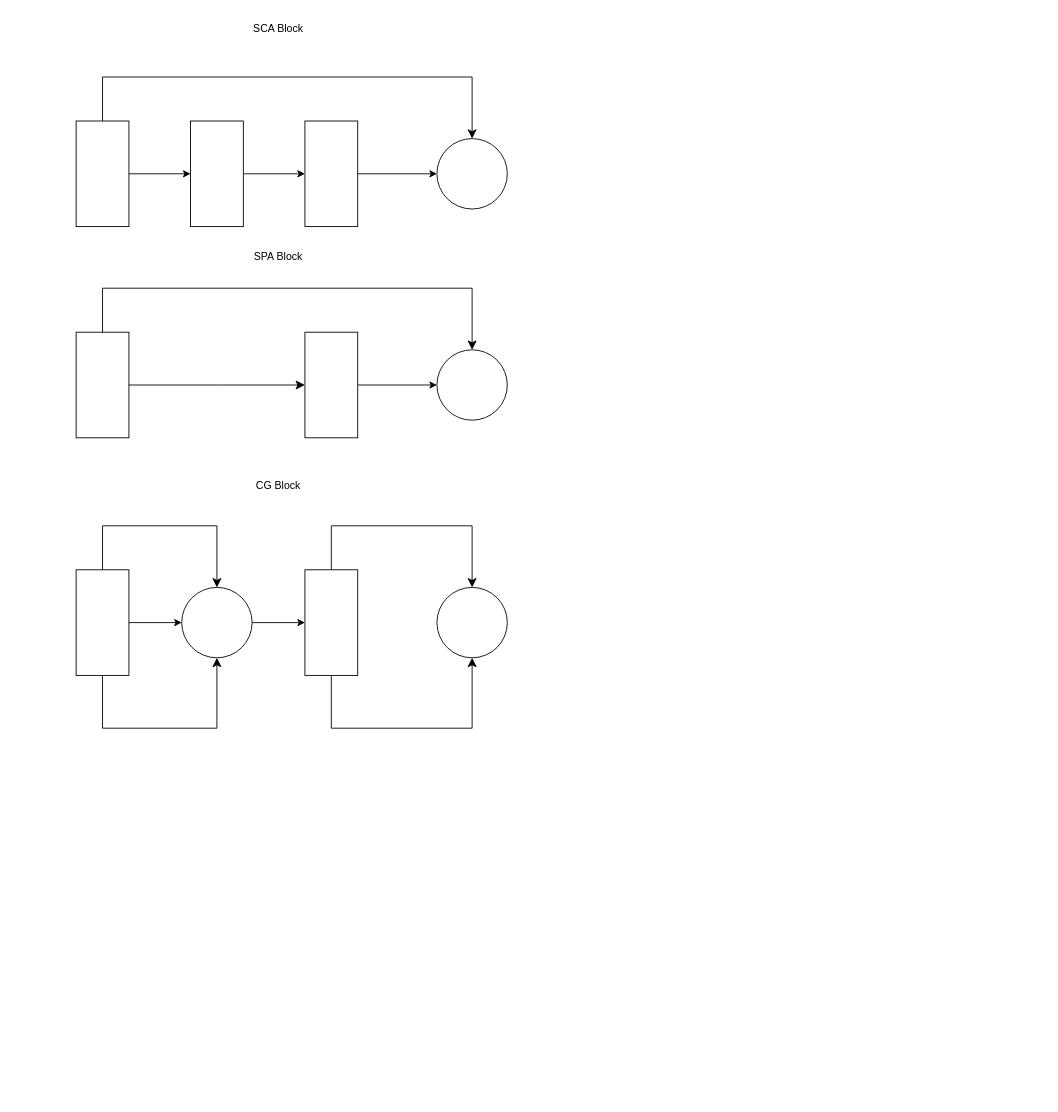
The draw.io diagram 未命名绘图.drawio in Ulysiss/UHDM, before the edit. Source tidied: cells renumbered, new cells numbered last; positions are measured from the earlier drawing's top-left corner, leaving out a move shared by most shapes. Both pictures are drawn from the tidied source at 88%, with x=0, y=0 at pixel (49, 15).
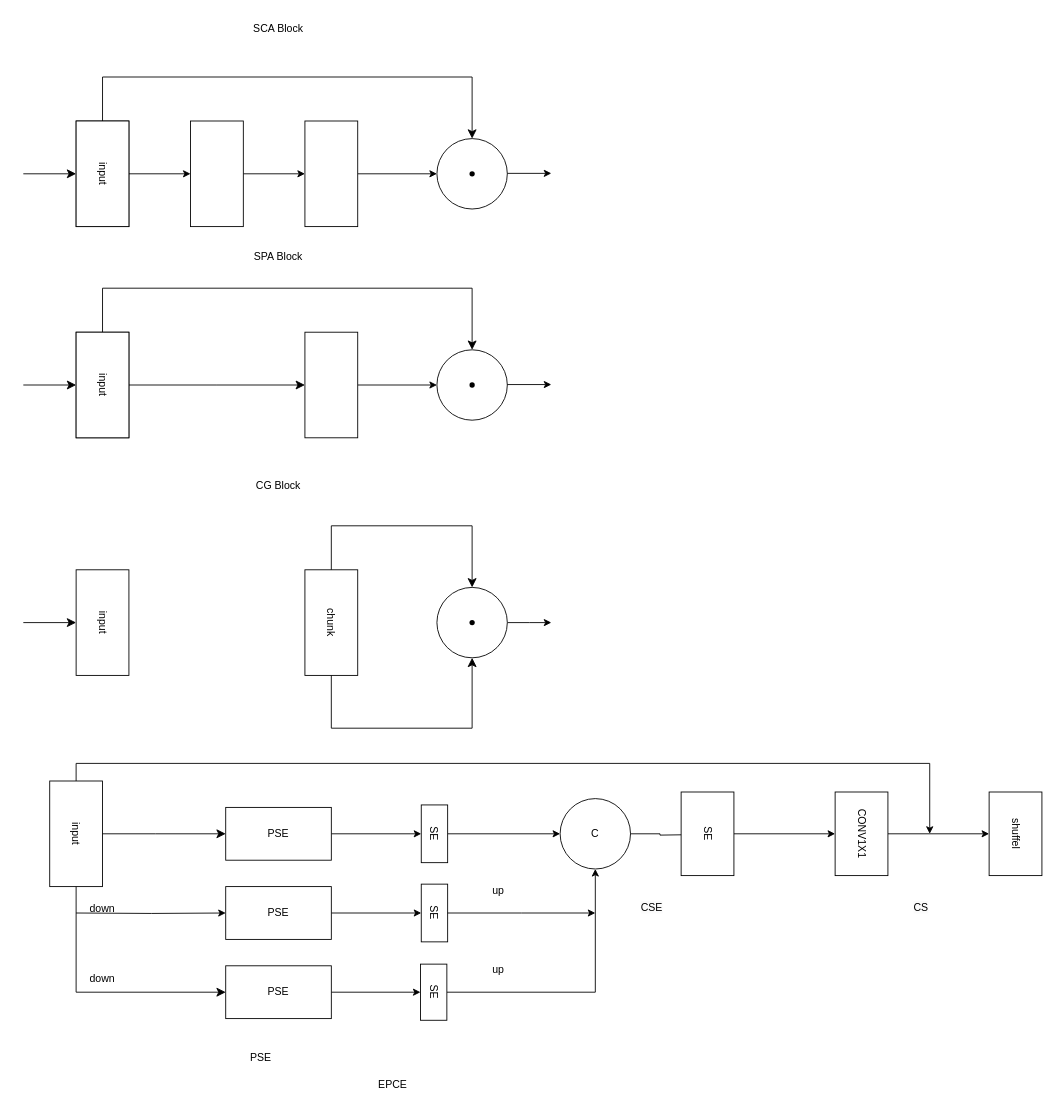
The same diagram, later.

Commit message:
更新未命名绘图.drawio

The change refers to these unchanged cells:
```xml
<mxCell id="19" style="ellipse;whiteSpace=wrap;html=1;" parent="1" vertex="1">
  <mxGeometry x="440" y="650" width="80" height="80" as="geometry" />
</mxCell>
```

Change to the diagram source:
```diff
@@
-    <mxCell id="16" style="edgeStyle=orthogonalEdgeStyle;rounded=0;jettySize=auto;html=1;" parent="1" edge="1" source="17" target="18">
-      <mxGeometry relative="1" as="geometry" />
-    </mxCell>
-    <mxCell id="17" style="ellipse;whiteSpace=wrap;html=1;" parent="1" vertex="1">
-      <mxGeometry x="150" y="650" width="80" height="80" as="geometry" />
+    <mxCell id="17" value="C" style="ellipse;whiteSpace=wrap;html=1;" parent="1" vertex="1">
+      <mxGeometry x="580" y="890" width="80" height="80" as="geometry" />
     </mxCell>
-    <mxCell id="18" style="rounded=0;whiteSpace=wrap;html=1;rotation=90;" parent="1" vertex="1">
+    <mxCell id="18" value="chunk" style="rounded=0;whiteSpace=wrap;html=1;rotation=90;" parent="1" vertex="1">
       <mxGeometry x="260" y="660" width="120" height="60" as="geometry" />
     </mxCell>
+    <mxCell id="29" style="edgeStyle=orthogonalEdgeStyle;rounded=0;jettySize=auto;html=1;" parent="1" edge="1" source="19">
+      <mxGeometry relative="1" as="geometry">
+        <mxPoint x="570" y="690" as="targetPoint" />
+      </mxGeometry>
+    </mxCell>
@@
-    <mxCell id="22" style="edgeStyle=orthogonalEdgeStyle;rounded=0;jettySize=auto;html=1;" parent="1" edge="1" source="23" target="17">
-      <mxGeometry relative="1" as="geometry" />
-    </mxCell>
-    <mxCell id="23" style="rounded=0;whiteSpace=wrap;html=1;rotation=90;" parent="1" vertex="1">
+    <mxCell id="23" value="input" style="rounded=0;whiteSpace=wrap;html=1;rotation=90;" parent="1" vertex="1">
       <mxGeometry y="660" width="120" height="60" as="geometry" />
     </mxCell>
-    <mxCell id="24" style="edgeStyle=elbowEdgeStyle;elbow=vertical;endArrow=classic;html=1;curved=0;rounded=0;endSize=8;startSize=8;exitX=1;exitY=0.5;exitDx=0;exitDy=0;entryX=0.5;entryY=1;entryDx=0;entryDy=0;" parent="1" edge="1" source="23" target="17">
-      <mxGeometry relative="1" as="geometry">
-        <Array as="points">
-          <mxPoint x="120" y="810" />
-        </Array>
-      </mxGeometry>
-    </mxCell>
-    <mxCell id="25" style="edgeStyle=elbowEdgeStyle;elbow=vertical;endArrow=classic;html=1;curved=0;rounded=0;endSize=8;startSize=8;exitX=0;exitY=0.5;exitDx=0;exitDy=0;entryX=0.5;entryY=0;entryDx=0;entryDy=0;" parent="1" edge="1" source="23" target="17">
-      <mxGeometry relative="1" as="geometry">
-        <Array as="points">
-          <mxPoint x="120" y="580" />
-        </Array>
-      </mxGeometry>
-    </mxCell>
@@
+    <mxCell id="30" style="shape=waypoint;sketch=0;fillStyle=solid;size=6;fillColor=none;perimeter=centerPerimeter;" parent="1" vertex="1">
+      <mxGeometry x="470" y="680" width="20" height="20" as="geometry" />
+    </mxCell>
+    <mxCell id="31" style="shape=waypoint;sketch=0;fillStyle=solid;size=6;fillColor=none;perimeter=centerPerimeter;" parent="1" vertex="1">
+      <mxGeometry x="470" y="410" width="20" height="20" as="geometry" />
+    </mxCell>
+    <mxCell id="32" style="shape=waypoint;sketch=0;fillStyle=solid;size=6;fillColor=none;perimeter=centerPerimeter;" parent="1" vertex="1">
+      <mxGeometry x="470" y="170" width="20" height="20" as="geometry" />
+    </mxCell>
+    <mxCell id="33" style="edgeStyle=segmentEdgeStyle;endArrow=classic;html=1;curved=0;rounded=0;endSize=8;startSize=8;entryX=0.5;entryY=1;entryDx=0;entryDy=0;" parent="1" edge="1" target="23">
+      <mxGeometry relative="1" as="geometry">
+        <mxPoint x="-30" y="690" as="sourcePoint" />
+      </mxGeometry>
+    </mxCell>
+    <mxCell id="34" value="input" style="rounded=0;whiteSpace=wrap;html=1;rotation=90;" parent="1" vertex="1">
+      <mxGeometry y="390" width="120" height="60" as="geometry" />
+    </mxCell>
+    <mxCell id="35" style="edgeStyle=segmentEdgeStyle;endArrow=classic;html=1;curved=0;rounded=0;endSize=8;startSize=8;entryX=0.5;entryY=1;entryDx=0;entryDy=0;" parent="1" edge="1" target="34">
+      <mxGeometry relative="1" as="geometry">
+        <mxPoint x="-30" y="420" as="sourcePoint" />
+      </mxGeometry>
+    </mxCell>
+    <mxCell id="36" value="input" style="rounded=0;whiteSpace=wrap;html=1;rotation=90;" parent="1" vertex="1">
+      <mxGeometry y="150" width="120" height="60" as="geometry" />
+    </mxCell>
+    <mxCell id="37" style="edgeStyle=segmentEdgeStyle;endArrow=classic;html=1;curved=0;rounded=0;endSize=8;startSize=8;entryX=0.5;entryY=1;entryDx=0;entryDy=0;" parent="1" edge="1" target="36">
+      <mxGeometry relative="1" as="geometry">
+        <mxPoint x="-30" y="180" as="sourcePoint" />
+      </mxGeometry>
+    </mxCell>
+    <mxCell id="38" style="edgeStyle=orthogonalEdgeStyle;rounded=0;orthogonalLoop=1;jettySize=auto;html=1;" parent="1" edge="1">
+      <mxGeometry relative="1" as="geometry">
+        <mxPoint x="520" y="419.5" as="sourcePoint" />
+        <mxPoint x="570" y="419.5" as="targetPoint" />
+      </mxGeometry>
+    </mxCell>
+    <mxCell id="39" style="edgeStyle=orthogonalEdgeStyle;rounded=0;orthogonalLoop=1;jettySize=auto;html=1;" parent="1" edge="1">
+      <mxGeometry relative="1" as="geometry">
+        <mxPoint x="520" y="179.5" as="sourcePoint" />
+        <mxPoint x="570" y="179.5" as="targetPoint" />
+      </mxGeometry>
+    </mxCell>
+    <mxCell id="40" style="edgeStyle=orthogonalEdgeStyle;rounded=0;jettySize=auto;html=1;" parent="1" edge="1" source="41" target="56">
+      <mxGeometry relative="1" as="geometry" />
+    </mxCell>
+    <mxCell id="41" value="PSE" style="rounded=0;whiteSpace=wrap;html=1;" parent="1" vertex="1">
+      <mxGeometry x="200" y="900" width="120" height="60" as="geometry" />
+    </mxCell>
+    <mxCell id="42" style="edgeStyle=orthogonalEdgeStyle;rounded=0;jettySize=auto;html=1;" parent="1" edge="1" source="43" target="52">
+      <mxGeometry relative="1" as="geometry" />
+    </mxCell>
+    <mxCell id="43" value="PSE" style="rounded=0;whiteSpace=wrap;html=1;" parent="1" vertex="1">
+      <mxGeometry x="200" y="1080" width="120" height="60" as="geometry" />
+    </mxCell>
+    <mxCell id="44" value="input" style="rounded=0;whiteSpace=wrap;html=1;rotation=90;" parent="1" vertex="1">
+      <mxGeometry x="-30" y="900" width="120" height="60" as="geometry" />
+    </mxCell>
+    <mxCell id="45" style="edgeStyle=elbowEdgeStyle;elbow=vertical;endArrow=classic;html=1;curved=0;rounded=0;endSize=8;startSize=8;exitX=1;exitY=0.5;exitDx=0;exitDy=0;entryX=0;entryY=0.5;entryDx=0;entryDy=0;" parent="1" edge="1" source="44" target="43">
+      <mxGeometry relative="1" as="geometry">
+        <Array as="points">
+          <mxPoint x="130" y="1110" />
+        </Array>
+      </mxGeometry>
+    </mxCell>
+    <mxCell id="46" style="edgeStyle=elbowEdgeStyle;elbow=vertical;endArrow=classic;html=1;curved=0;rounded=0;endSize=8;startSize=8;exitX=0.5;exitY=0;exitDx=0;exitDy=0;entryX=0;entryY=0.5;entryDx=0;entryDy=0;" parent="1" edge="1" source="44" target="41">
+      <mxGeometry relative="1" as="geometry">
+        <Array as="points">
+          <mxPoint x="120" y="930" />
+        </Array>
+      </mxGeometry>
+    </mxCell>
+    <mxCell id="47" style="edgeStyle=orthogonalEdgeStyle;rounded=0;jettySize=auto;html=1;exitX=1;exitY=0.5;exitDx=0;exitDy=0;" parent="1" edge="1" source="17">
+      <mxGeometry relative="1" as="geometry">
+        <mxPoint x="727" y="931" as="targetPoint" />
+      </mxGeometry>
+    </mxCell>
+    <mxCell id="48" style="edgeStyle=orthogonalEdgeStyle;rounded=0;jettySize=auto;html=1;exitX=0.5;exitY=0;exitDx=0;exitDy=0;entryX=0.5;entryY=1;entryDx=0;entryDy=0;" parent="1" edge="1" source="52" target="17">
+      <mxGeometry relative="1" as="geometry" />
+    </mxCell>
+    <mxCell id="49" value="PSE" style="text;html=1;strokeColor=none;fillColor=none;align=center;verticalAlign=middle;whiteSpace=wrap;rounded=0;" parent="1" vertex="1">
+      <mxGeometry x="210" y="1170" width="60" height="30" as="geometry" />
+    </mxCell>
+    <mxCell id="50" style="edgeStyle=orthogonalEdgeStyle;rounded=0;jettySize=auto;html=1;" parent="1" edge="1" source="51" target="53">
+      <mxGeometry relative="1" as="geometry" />
+    </mxCell>
+    <mxCell id="51" value="PSE" style="rounded=0;whiteSpace=wrap;html=1;" parent="1" vertex="1">
+      <mxGeometry x="200" y="990" width="120" height="60" as="geometry" />
+    </mxCell>
+    <mxCell id="52" value="SE" style="rounded=0;whiteSpace=wrap;html=1;rotation=90;" parent="1" vertex="1">
+      <mxGeometry x="404.4" y="1095" width="63.8" height="30" as="geometry" />
+    </mxCell>
+    <mxCell id="53" value="SE" style="rounded=0;whiteSpace=wrap;html=1;rotation=90;" parent="1" vertex="1">
+      <mxGeometry x="404.4" y="1005" width="65.6" height="30" as="geometry" />
+    </mxCell>
+    <mxCell id="54" style="edgeStyle=orthogonalEdgeStyle;rounded=0;jettySize=auto;html=1;exitX=0.5;exitY=0;exitDx=0;exitDy=0;" parent="1" edge="1" source="53">
+      <mxGeometry relative="1" as="geometry">
+        <mxPoint x="620" y="1020" as="targetPoint" />
+      </mxGeometry>
+    </mxCell>
+    <mxCell id="55" style="edgeStyle=orthogonalEdgeStyle;rounded=0;jettySize=auto;html=1;" parent="1" edge="1" source="56" target="17">
+      <mxGeometry relative="1" as="geometry" />
+    </mxCell>
+    <mxCell id="56" value="SE" style="rounded=0;whiteSpace=wrap;html=1;rotation=90;" parent="1" vertex="1">
+      <mxGeometry x="404.4" y="915" width="65.6" height="30" as="geometry" />
+    </mxCell>
+    <mxCell id="57" style="edgeStyle=orthogonalEdgeStyle;rounded=0;jettySize=auto;html=1;entryX=0;entryY=0.5;entryDx=0;entryDy=0;" parent="1" edge="1" target="51">
+      <mxGeometry relative="1" as="geometry">
+        <mxPoint x="30" y="1020" as="sourcePoint" />
+      </mxGeometry>
+    </mxCell>
+    <mxCell id="58" style="edgeStyle=orthogonalEdgeStyle;rounded=0;jettySize=auto;html=1;" parent="1" edge="1" source="59" target="61">
+      <mxGeometry relative="1" as="geometry" />
+    </mxCell>
+    <mxCell id="59" value="SE" style="rounded=0;whiteSpace=wrap;html=1;rotation=90;" parent="1" vertex="1">
+      <mxGeometry x="700" y="900" width="95" height="60" as="geometry" />
+    </mxCell>
+    <mxCell id="60" style="edgeStyle=orthogonalEdgeStyle;rounded=0;jettySize=auto;html=1;" parent="1" edge="1" source="61" target="66">
+      <mxGeometry relative="1" as="geometry" />
+    </mxCell>
+    <mxCell id="61" value="CONV1X1" style="rounded=0;whiteSpace=wrap;html=1;rotation=90;" parent="1" vertex="1">
+      <mxGeometry x="875" y="900" width="95" height="60" as="geometry" />
+    </mxCell>
+    <mxCell id="62" value="down" style="text;html=1;strokeColor=none;fillColor=none;align=center;verticalAlign=middle;whiteSpace=wrap;rounded=0;" parent="1" vertex="1">
+      <mxGeometry x="30" y="1000" width="60" height="30" as="geometry" />
+    </mxCell>
+    <mxCell id="63" value="down" style="text;html=1;strokeColor=none;fillColor=none;align=center;verticalAlign=middle;whiteSpace=wrap;rounded=0;" parent="1" vertex="1">
+      <mxGeometry x="30" y="1080" width="60" height="30" as="geometry" />
+    </mxCell>
+    <mxCell id="64" value="up" style="text;html=1;strokeColor=none;fillColor=none;align=center;verticalAlign=middle;whiteSpace=wrap;rounded=0;" parent="1" vertex="1">
+      <mxGeometry x="480" y="1070" width="60" height="30" as="geometry" />
+    </mxCell>
+    <mxCell id="65" value="up" style="text;html=1;strokeColor=none;fillColor=none;align=center;verticalAlign=middle;whiteSpace=wrap;rounded=0;" parent="1" vertex="1">
+      <mxGeometry x="480" y="980" width="60" height="30" as="geometry" />
+    </mxCell>
+    <mxCell id="66" value="shuffel" style="rounded=0;whiteSpace=wrap;html=1;rotation=90;" parent="1" vertex="1">
+      <mxGeometry x="1050" y="900" width="95" height="60" as="geometry" />
+    </mxCell>
+    <mxCell id="67" style="edgeStyle=orthogonalEdgeStyle;rounded=0;jettySize=auto;html=1;exitX=0;exitY=0.5;exitDx=0;exitDy=0;" parent="1" edge="1" source="44">
+      <mxGeometry relative="1" as="geometry">
+        <mxPoint x="1000" y="930" as="targetPoint" />
+        <Array as="points">
+          <mxPoint x="30" y="850" />
+          <mxPoint x="1000" y="850" />
+        </Array>
+      </mxGeometry>
+    </mxCell>
+    <mxCell id="68" value="EPCE" style="text;html=1;strokeColor=none;fillColor=none;align=center;verticalAlign=middle;whiteSpace=wrap;rounded=0;" parent="1" vertex="1">
+      <mxGeometry x="360" y="1200" width="60" height="30" as="geometry" />
+    </mxCell>
+    <mxCell id="69" value="&lt;span style=&quot;color: rgb(0, 0, 0); font-family: Helvetica; font-size: 12px; font-style: normal; font-variant-ligatures: normal; font-variant-caps: normal; font-weight: 400; letter-spacing: normal; orphans: 2; text-align: center; text-indent: 0px; text-transform: none; widows: 2; word-spacing: 0px; -webkit-text-stroke-width: 0px; background-color: rgb(251, 251, 251); text-decoration-thickness: initial; text-decoration-style: initial; text-decoration-color: initial; float: none; display: inline !important;&quot;&gt;CSE&lt;/span&gt;" style="text;whiteSpace=wrap;html=1;" parent="1" vertex="1">
+      <mxGeometry x="670" y="1000" width="60" height="40" as="geometry" />
+    </mxCell>
+    <mxCell id="70" value="&lt;span style=&quot;color: rgb(0, 0, 0); font-family: Helvetica; font-size: 12px; font-style: normal; font-variant-ligatures: normal; font-variant-caps: normal; font-weight: 400; letter-spacing: normal; orphans: 2; text-align: center; text-indent: 0px; text-transform: none; widows: 2; word-spacing: 0px; -webkit-text-stroke-width: 0px; background-color: rgb(251, 251, 251); text-decoration-thickness: initial; text-decoration-style: initial; text-decoration-color: initial; float: none; display: inline !important;&quot;&gt;CS&lt;/span&gt;" style="text;whiteSpace=wrap;html=1;" parent="1" vertex="1">
+      <mxGeometry x="980" y="1000" width="60" height="40" as="geometry" />
+    </mxCell>
```
